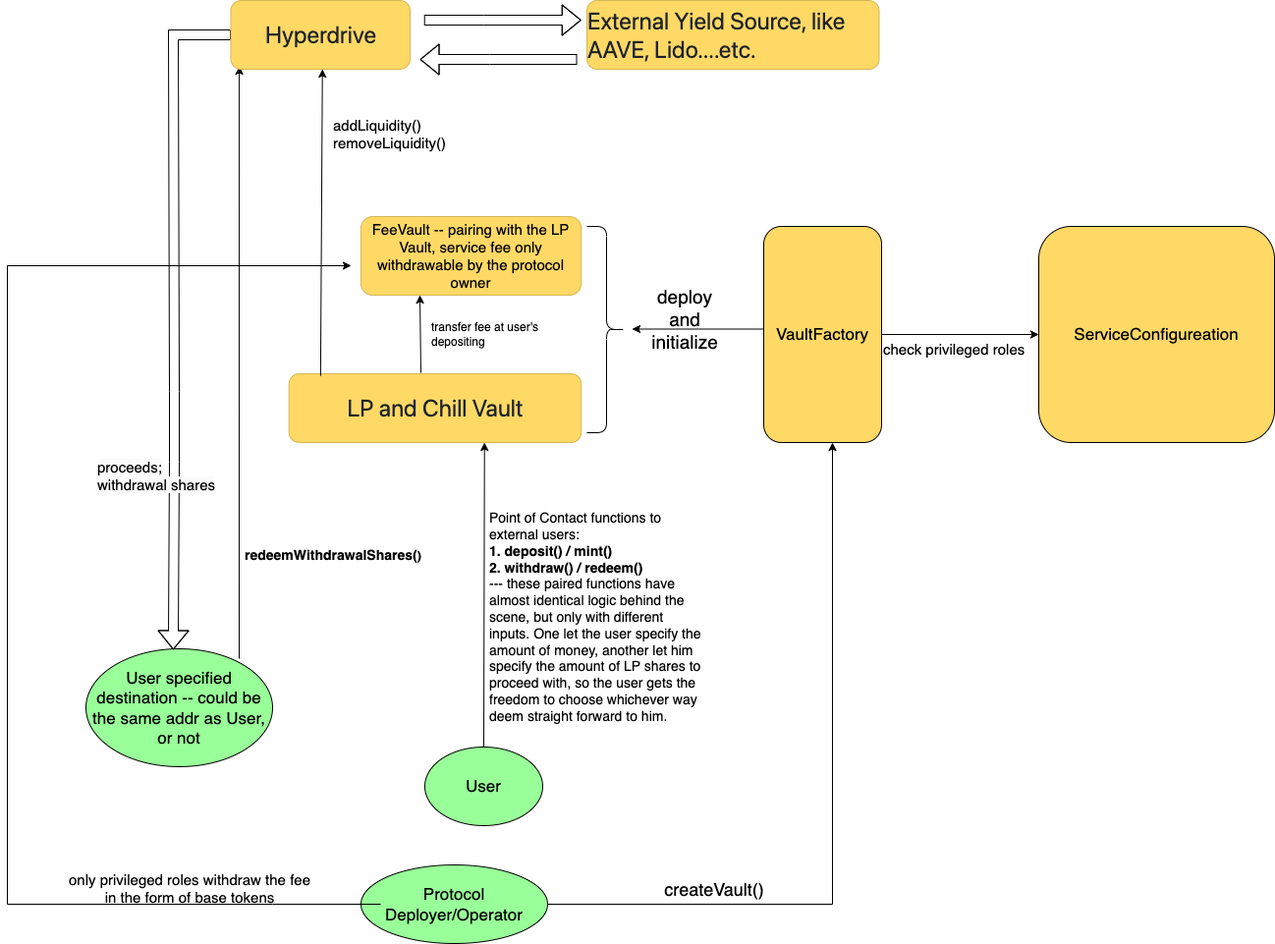
The draw.io diagram architecture.png in delvtech/protocol-takehome, before a commit. Source tidied: cells renumbered, new cells last; positions are measured from the earlier drawing's top-left corner, leaving out a move shared by most shapes.
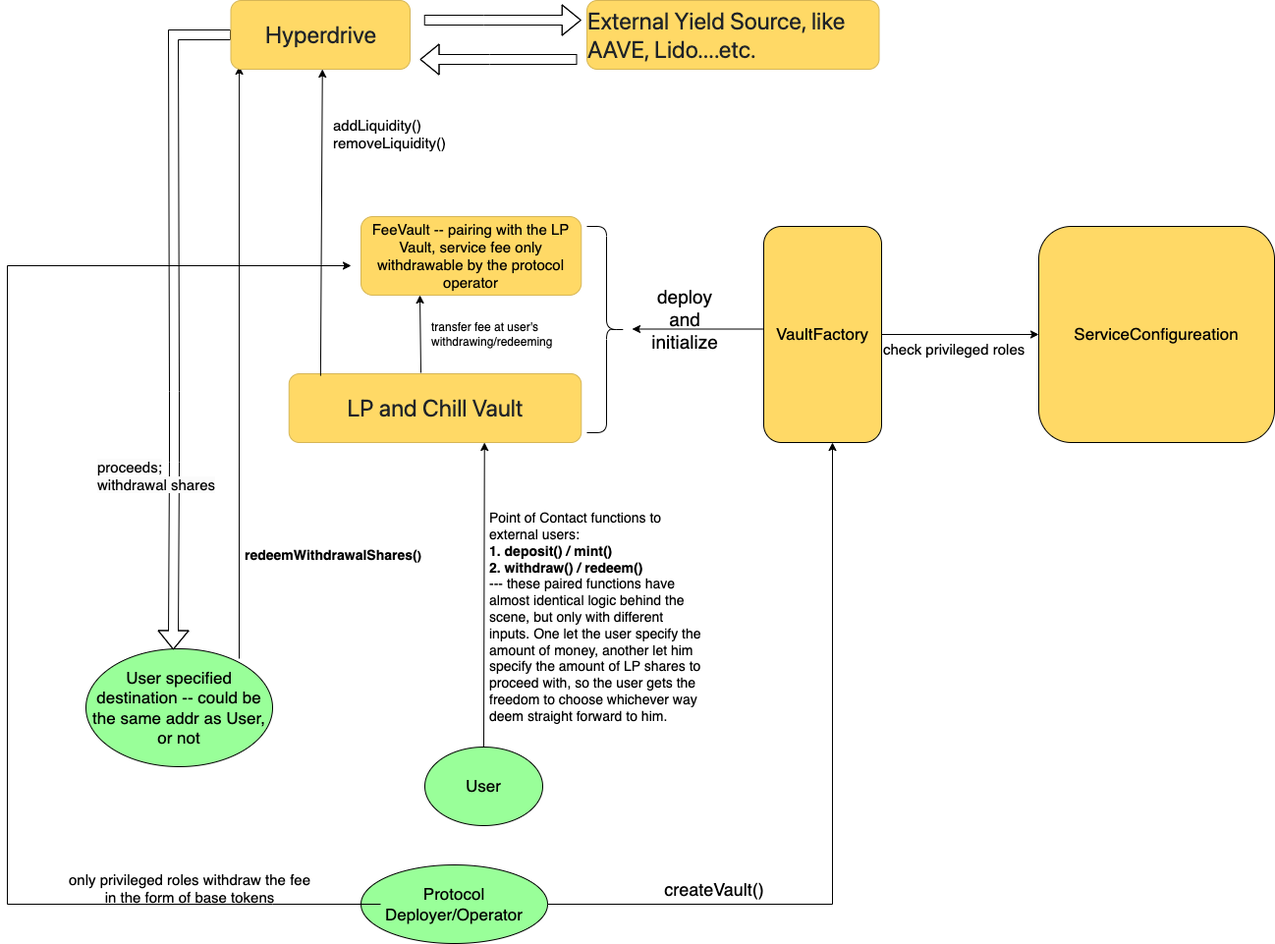
The same file after the commit.

What changed in the source:
```diff
@@ -5,7 +5,7 @@
     <mxCell id="2" value="&lt;div style=&quot;text-align: start;&quot;&gt;&lt;span style=&quot;color: rgb(31, 35, 40); font-family: -apple-system, &amp;quot;system-ui&amp;quot;, &amp;quot;Segoe UI&amp;quot;, &amp;quot;Noto Sans&amp;quot;, Helvetica, Arial, sans-serif, &amp;quot;Apple Color Emoji&amp;quot;, &amp;quot;Segoe UI Emoji&amp;quot;; background-color: rgb(255, 217, 102);&quot;&gt;&lt;font style=&quot;font-size: 24px;&quot;&gt;LP and Chill Vault&lt;/font&gt;&lt;/span&gt;&lt;/div&gt;" style="rounded=1;whiteSpace=wrap;html=1;fillColor=#FFD966;strokeColor=#d6b656;" parent="1" vertex="1">
       <mxGeometry x="286.8" y="380" width="297.5" height="70" as="geometry" />
     </mxCell>
-    <mxCell id="3" value="&lt;font style=&quot;font-size: 15px;&quot;&gt;FeeVault -- pairing with the LP Vault, service fee only withdrawable by the protocol owner&lt;/font&gt;" style="rounded=1;whiteSpace=wrap;html=1;fillColor=#FFD966;strokeColor=#d6b656;" parent="1" vertex="1">
+    <mxCell id="3" value="&lt;font style=&quot;font-size: 15px;&quot;&gt;FeeVault -- pairing with the LP Vault, service fee only withdrawable by the protocol operator&lt;/font&gt;" style="rounded=1;whiteSpace=wrap;html=1;fillColor=#FFD966;strokeColor=#d6b656;" parent="1" vertex="1">
       <mxGeometry x="360" y="220" width="224.2" height="80" as="geometry" />
     </mxCell>
     <mxCell id="4" value="&lt;font style=&quot;font-size: 17px;&quot;&gt;VaultFactory&lt;/font&gt;" style="rounded=1;whiteSpace=wrap;html=1;fillColor=#FFD966;" parent="1" vertex="1">
@@ -115,7 +115,7 @@
         <mxPoint x="420" y="300" as="targetPoint" />
       </mxGeometry>
     </mxCell>
-    <mxCell id="27" value="transfer fee at user's depositing" style="text;html=1;align=left;verticalAlign=middle;whiteSpace=wrap;rounded=0;" parent="1" vertex="1">
+    <mxCell id="27" value="transfer fee at user's withdrawing/redeeming" style="text;html=1;align=left;verticalAlign=middle;whiteSpace=wrap;rounded=0;" parent="1" vertex="1">
       <mxGeometry x="430" y="325" width="140" height="30" as="geometry" />
     </mxCell>
     <mxCell id="28" style="endArrow=classic;html=1;rounded=0;" parent="1" edge="1">
```
